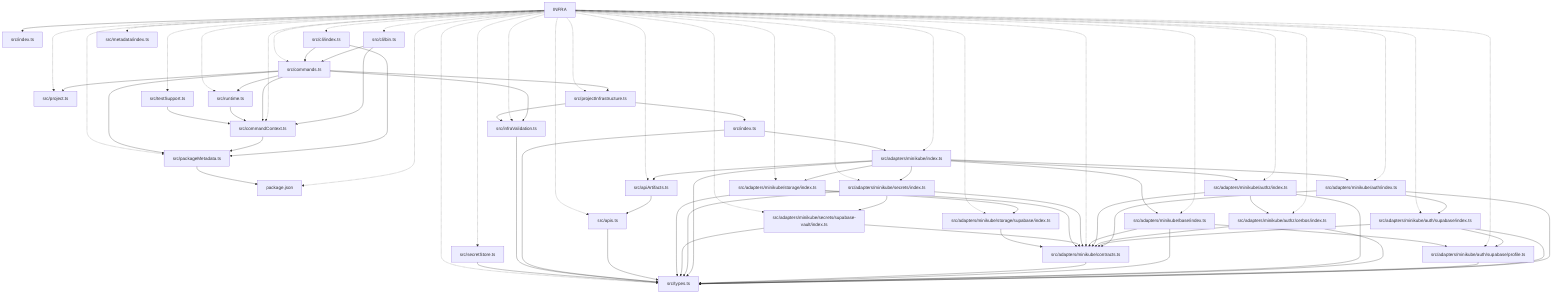
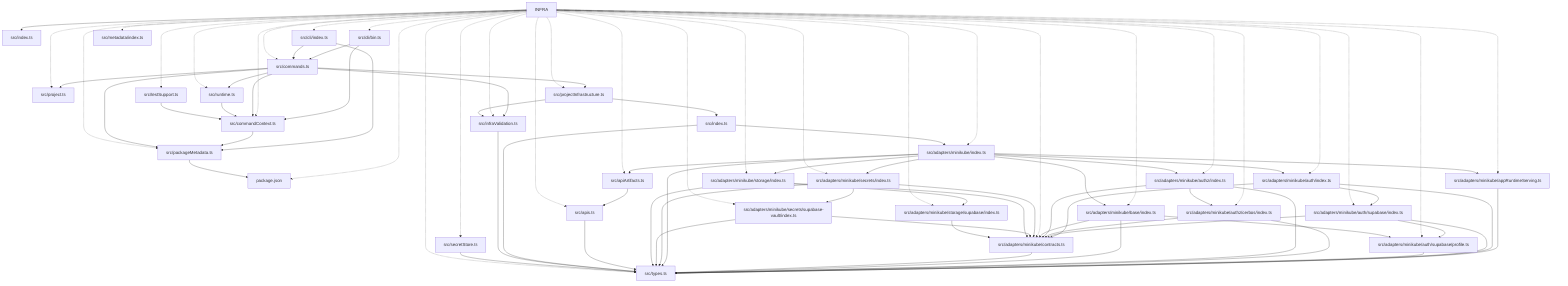
graph TD
  package__ankhorage_infra["INFRA"]
  entrypoint_src_index_ts["src/index.ts"]
  package__ankhorage_infra --> entrypoint_src_index_ts
  module_package_json["package.json"]
  package__ankhorage_infra -.-> module_package_json
+   module_src_adapters_minikube_appRuntimeServing_ts["src/adapters/minikube/appRuntimeServing.ts"]
+   package__ankhorage_infra -.-> module_src_adapters_minikube_appRuntimeServing_ts
+   module_src_adapters_minikube_appRuntimeServing_ts --> module_src_types_ts
  module_src_adapters_minikube_auth_index_ts["src/adapters/minikube/auth/index.ts"]
  package__ankhorage_infra -.-> module_src_adapters_minikube_auth_index_ts
  module_src_adapters_minikube_auth_index_ts --> module_src_adapters_minikube_auth_supabase_index_ts
  module_src_adapters_minikube_auth_index_ts --> module_src_adapters_minikube_contracts_ts
  module_src_adapters_minikube_auth_index_ts --> module_src_types_ts
  module_src_adapters_minikube_auth_supabase_index_ts["src/adapters/minikube/auth/supabase/index.ts"]
  package__ankhorage_infra -.-> module_src_adapters_minikube_auth_supabase_index_ts
  module_src_adapters_minikube_auth_supabase_index_ts --> module_src_adapters_minikube_auth_supabase_profile_ts
  module_src_adapters_minikube_auth_supabase_index_ts --> module_src_adapters_minikube_contracts_ts
  module_src_adapters_minikube_auth_supabase_index_ts --> module_src_types_ts
  module_src_adapters_minikube_auth_supabase_profile_ts["src/adapters/minikube/auth/supabase/profile.ts"]
  package__ankhorage_infra -.-> module_src_adapters_minikube_auth_supabase_profile_ts
  module_src_adapters_minikube_auth_supabase_profile_ts --> module_src_types_ts
  module_src_adapters_minikube_authz_cerbos_index_ts["src/adapters/minikube/authz/cerbos/index.ts"]
  package__ankhorage_infra -.-> module_src_adapters_minikube_authz_cerbos_index_ts
  module_src_adapters_minikube_authz_cerbos_index_ts --> module_src_adapters_minikube_contracts_ts
  module_src_adapters_minikube_authz_cerbos_index_ts --> module_src_types_ts
  module_src_adapters_minikube_authz_index_ts["src/adapters/minikube/authz/index.ts"]
  package__ankhorage_infra -.-> module_src_adapters_minikube_authz_index_ts
  module_src_adapters_minikube_authz_index_ts --> module_src_adapters_minikube_authz_cerbos_index_ts
  module_src_adapters_minikube_authz_index_ts --> module_src_adapters_minikube_contracts_ts
  module_src_adapters_minikube_authz_index_ts --> module_src_types_ts
  module_src_adapters_minikube_base_index_ts["src/adapters/minikube/base/index.ts"]
  package__ankhorage_infra -.-> module_src_adapters_minikube_base_index_ts
  module_src_adapters_minikube_base_index_ts --> module_src_adapters_minikube_auth_supabase_profile_ts
  module_src_adapters_minikube_base_index_ts --> module_src_adapters_minikube_contracts_ts
  module_src_adapters_minikube_base_index_ts --> module_src_types_ts
  module_src_adapters_minikube_contracts_ts["src/adapters/minikube/contracts.ts"]
  package__ankhorage_infra -.-> module_src_adapters_minikube_contracts_ts
  module_src_adapters_minikube_contracts_ts --> module_src_types_ts
  module_src_adapters_minikube_index_ts["src/adapters/minikube/index.ts"]
  package__ankhorage_infra -.-> module_src_adapters_minikube_index_ts
+   module_src_adapters_minikube_index_ts --> module_src_adapters_minikube_appRuntimeServing_ts
  module_src_adapters_minikube_index_ts --> module_src_adapters_minikube_auth_index_ts
  module_src_adapters_minikube_index_ts --> module_src_adapters_minikube_authz_index_ts
  module_src_adapters_minikube_index_ts --> module_src_adapters_minikube_base_index_ts
  module_src_adapters_minikube_index_ts --> module_src_adapters_minikube_secrets_index_ts
  module_src_adapters_minikube_index_ts --> module_src_adapters_minikube_storage_index_ts
  module_src_adapters_minikube_index_ts --> module_src_apiArtifacts_ts
  module_src_adapters_minikube_index_ts --> module_src_types_ts
  module_src_adapters_minikube_secrets_index_ts["src/adapters/minikube/secrets/index.ts"]
  package__ankhorage_infra -.-> module_src_adapters_minikube_secrets_index_ts
  module_src_adapters_minikube_secrets_index_ts --> module_src_adapters_minikube_contracts_ts
  module_src_adapters_minikube_secrets_index_ts --> module_src_adapters_minikube_secrets_supabase_vault_index_ts
  module_src_adapters_minikube_secrets_index_ts --> module_src_types_ts
  module_src_adapters_minikube_secrets_supabase_vault_index_ts["src/adapters/minikube/secrets/supabase-vault/index.ts"]
  package__ankhorage_infra -.-> module_src_adapters_minikube_secrets_supabase_vault_index_ts
  module_src_adapters_minikube_secrets_supabase_vault_index_ts --> module_src_adapters_minikube_contracts_ts
  module_src_adapters_minikube_secrets_supabase_vault_index_ts --> module_src_types_ts
  module_src_adapters_minikube_storage_index_ts["src/adapters/minikube/storage/index.ts"]
  package__ankhorage_infra -.-> module_src_adapters_minikube_storage_index_ts
  module_src_adapters_minikube_storage_index_ts --> module_src_adapters_minikube_contracts_ts
  module_src_adapters_minikube_storage_index_ts --> module_src_adapters_minikube_storage_supabase_index_ts
  module_src_adapters_minikube_storage_index_ts --> module_src_types_ts
  module_src_adapters_minikube_storage_supabase_index_ts["src/adapters/minikube/storage/supabase/index.ts"]
  package__ankhorage_infra -.-> module_src_adapters_minikube_storage_supabase_index_ts
  module_src_adapters_minikube_storage_supabase_index_ts --> module_src_adapters_minikube_contracts_ts
  module_src_apiArtifacts_ts["src/apiArtifacts.ts"]
  package__ankhorage_infra -.-> module_src_apiArtifacts_ts
  module_src_apiArtifacts_ts --> module_src_apis_ts
  module_src_apis_ts["src/apis.ts"]
  package__ankhorage_infra -.-> module_src_apis_ts
  module_src_apis_ts --> module_src_types_ts
  module_src_cli_bin_ts["src/cli/bin.ts"]
  package__ankhorage_infra -.-> module_src_cli_bin_ts
  module_src_cli_bin_ts --> module_src_commandContext_ts
  module_src_cli_bin_ts --> module_src_commands_ts
  module_src_cli_index_ts["src/cli/index.ts"]
  package__ankhorage_infra -.-> module_src_cli_index_ts
  module_src_cli_index_ts --> module_src_commands_ts
  module_src_cli_index_ts --> module_src_packageMetadata_ts
  module_src_commandContext_ts["src/commandContext.ts"]
  package__ankhorage_infra -.-> module_src_commandContext_ts
  module_src_commandContext_ts --> module_src_packageMetadata_ts
  module_src_commands_ts["src/commands.ts"]
  package__ankhorage_infra -.-> module_src_commands_ts
  module_src_commands_ts --> module_src_commandContext_ts
  module_src_commands_ts --> module_src_infraValidation_ts
  module_src_commands_ts --> module_src_packageMetadata_ts
  module_src_commands_ts --> module_src_project_ts
  module_src_commands_ts --> module_src_projectInfrastructure_ts
  module_src_commands_ts --> module_src_runtime_ts
  module_src_index_ts["src/index.ts"]
  module_src_index_ts --> module_src_adapters_minikube_index_ts
  module_src_index_ts --> module_src_types_ts
  module_src_infraValidation_ts["src/infraValidation.ts"]
  package__ankhorage_infra -.-> module_src_infraValidation_ts
  module_src_infraValidation_ts --> module_src_types_ts
  module_src_metadata_index_ts["src/metadata/index.ts"]
  package__ankhorage_infra -.-> module_src_metadata_index_ts
  module_src_packageMetadata_ts["src/packageMetadata.ts"]
  package__ankhorage_infra -.-> module_src_packageMetadata_ts
  module_src_packageMetadata_ts --> module_package_json
  module_src_project_ts["src/project.ts"]
  package__ankhorage_infra -.-> module_src_project_ts
  module_src_projectInfrastructure_ts["src/projectInfrastructure.ts"]
  package__ankhorage_infra -.-> module_src_projectInfrastructure_ts
  module_src_projectInfrastructure_ts --> module_src_index_ts
  module_src_projectInfrastructure_ts --> module_src_infraValidation_ts
  module_src_runtime_ts["src/runtime.ts"]
  package__ankhorage_infra -.-> module_src_runtime_ts
  module_src_runtime_ts --> module_src_commandContext_ts
  module_src_secretStore_ts["src/secretStore.ts"]
  package__ankhorage_infra -.-> module_src_secretStore_ts
  module_src_secretStore_ts --> module_src_types_ts
  module_src_testSupport_ts["src/testSupport.ts"]
  package__ankhorage_infra -.-> module_src_testSupport_ts
  module_src_testSupport_ts --> module_src_commandContext_ts
  module_src_types_ts["src/types.ts"]
  package__ankhorage_infra -.-> module_src_types_ts
